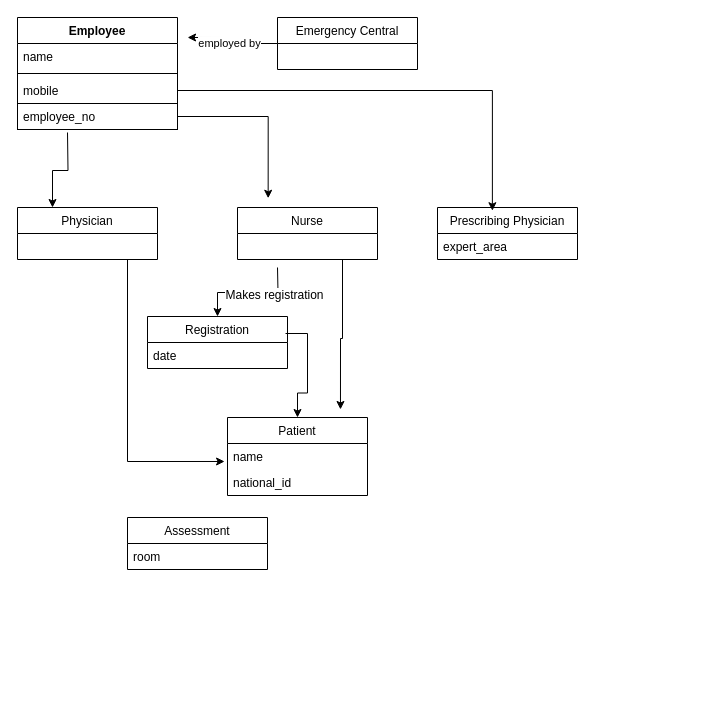
kestersimm/drawio keeps this draw.io diagram as Untitled Diagram.drawio. Above is the earlier version. Source tidied: cells renumbered, new cells numbered last; positions are measured from the earlier drawing's top-left corner, leaving out a move shared by most shapes. Both pictures are drawn from the tidied source at 100%, with x=0, y=0 at pixel (17, 17).
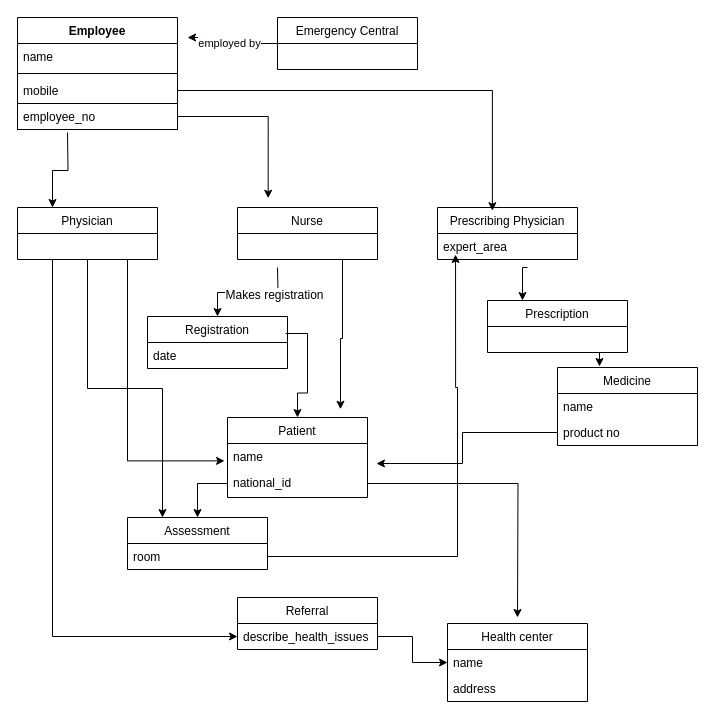
After the change.

Commit message:
added health center

The change refers to these unchanged cells:
```xml
<mxCell id="8" value="Physician" style="swimlane;fontStyle=0;horizontal=1;startSize=26;fillColor=none;strokeColor=#000000;" parent="1" vertex="1">
  <mxGeometry y="190" width="140" height="52" as="geometry" />
</mxCell>
<mxCell id="12" value="expert_area" style="text;strokeColor=none;fillColor=none;align=left;verticalAlign=top;spacingLeft=4;spacingRight=4;overflow=hidden;points=[[0,0.5],[1,0.5]];portConstraint=eastwest;" parent="11" vertex="1">
  <mxGeometry y="26" width="140" height="26" as="geometry" />
</mxCell>
<mxCell id="26" value="Assessment" style="swimlane;fontStyle=0;horizontal=1;startSize=26;fillColor=none;" parent="1" vertex="1">
  <mxGeometry x="110" y="500" width="140" height="52" as="geometry" />
</mxCell>
<mxCell id="27" value="room" style="text;strokeColor=none;fillColor=none;align=left;verticalAlign=top;spacingLeft=4;spacingRight=4;overflow=hidden;points=[[0,0.5],[1,0.5]];portConstraint=eastwest;" parent="26" vertex="1">
  <mxGeometry y="26" width="140" height="26" as="geometry" />
</mxCell>
```

What changed in the source:
```diff
@@
+    <mxCell id="28" style="edgeStyle=orthogonalEdgeStyle;rounded=0;jettySize=auto;html=1;entryX=0.25;entryY=0;entryDx=0;entryDy=0;" parent="1" edge="1" source="8" target="26">
+      <mxGeometry relative="1" as="geometry" />
+    </mxCell>
@@
     <mxCell id="22" value="Patient" style="swimlane;fontStyle=0;horizontal=1;startSize=26;fillColor=none;" parent="1" vertex="1">
-      <mxGeometry x="210" y="400" width="140" height="78" as="geometry" />
+      <mxGeometry x="210" y="400" width="140" height="80" as="geometry" />
     </mxCell>
@@
     <mxCell id="24" value="national_id" style="text;strokeColor=none;fillColor=none;align=left;verticalAlign=top;spacingLeft=4;spacingRight=4;overflow=hidden;points=[[0,0.5],[1,0.5]];portConstraint=eastwest;" parent="22" vertex="1">
-      <mxGeometry y="52" width="140" height="26" as="geometry" />
+      <mxGeometry y="52" width="140" height="28" as="geometry" />
     </mxCell>
@@
+    <mxCell id="29" style="edgeStyle=orthogonalEdgeStyle;rounded=0;jettySize=auto;html=1;" parent="1" edge="1" source="24" target="26">
+      <mxGeometry relative="1" as="geometry" />
+    </mxCell>
+    <mxCell id="30" value="Referral" style="swimlane;fontStyle=0;horizontal=1;startSize=26;fillColor=none;" parent="1" vertex="1">
+      <mxGeometry x="220" y="580" width="140" height="52" as="geometry" />
+    </mxCell>
+    <mxCell id="31" value="describe_health_issues" style="text;strokeColor=none;fillColor=none;align=left;verticalAlign=top;spacingLeft=4;spacingRight=4;overflow=hidden;points=[[0,0.5],[1,0.5]];portConstraint=eastwest;" parent="30" vertex="1">
+      <mxGeometry y="26" width="140" height="26" as="geometry" />
+    </mxCell>
+    <mxCell id="32" style="edgeStyle=orthogonalEdgeStyle;rounded=0;jettySize=auto;html=1;exitX=0.25;exitY=1;exitDx=0;exitDy=0;" parent="1" edge="1" source="8" target="31">
+      <mxGeometry relative="1" as="geometry" />
+    </mxCell>
+    <mxCell id="33" style="edgeStyle=orthogonalEdgeStyle;rounded=0;jettySize=auto;html=1;entryX=0.129;entryY=0.808;entryDx=0;entryDy=0;entryPerimeter=0;" parent="1" edge="1" source="27" target="12">
+      <mxGeometry relative="1" as="geometry">
+        <Array as="points">
+          <mxPoint x="440" y="539" />
+          <mxPoint x="440" y="370" />
+          <mxPoint x="438" y="370" />
+        </Array>
+      </mxGeometry>
+    </mxCell>
+    <mxCell id="34" style="edgeStyle=orthogonalEdgeStyle;rounded=0;jettySize=auto;html=1;exitX=0.75;exitY=1;exitDx=0;exitDy=0;entryX=0.3;entryY=-0.013;entryDx=0;entryDy=0;entryPerimeter=0;" parent="1" edge="1" source="35" target="37">
+      <mxGeometry relative="1" as="geometry" />
+    </mxCell>
+    <mxCell id="35" value="Prescription" style="swimlane;fontStyle=0;horizontal=1;startSize=26;fillColor=none;" parent="1" vertex="1">
+      <mxGeometry x="470" y="283" width="140" height="52" as="geometry" />
+    </mxCell>
+    <mxCell id="36" style="edgeStyle=orthogonalEdgeStyle;rounded=0;jettySize=auto;html=1;exitX=0.643;exitY=1.308;exitDx=0;exitDy=0;entryX=0.25;entryY=0;entryDx=0;entryDy=0;exitPerimeter=0;" parent="1" edge="1" source="12" target="35">
+      <mxGeometry relative="1" as="geometry" />
+    </mxCell>
+    <mxCell id="37" value="Medicine" style="swimlane;fontStyle=0;horizontal=1;startSize=26;fillColor=none;" parent="1" vertex="1">
+      <mxGeometry x="540" y="350" width="140" height="78" as="geometry" />
+    </mxCell>
+    <mxCell id="38" value="name" style="text;strokeColor=none;fillColor=none;align=left;verticalAlign=top;spacingLeft=4;spacingRight=4;overflow=hidden;" parent="37" vertex="1">
+      <mxGeometry y="26" width="140" height="26" as="geometry" />
+    </mxCell>
+    <mxCell id="39" value="product no" style="text;strokeColor=none;fillColor=none;align=left;verticalAlign=top;spacingLeft=4;spacingRight=4;overflow=hidden;points=[[0,0.5],[1,0.5]];portConstraint=eastwest;" parent="37" vertex="1">
+      <mxGeometry y="52" width="140" height="26" as="geometry" />
+    </mxCell>
+    <mxCell id="40" value="Health center" style="swimlane;fontStyle=0;horizontal=1;startSize=26;fillColor=none;" parent="1" vertex="1">
+      <mxGeometry x="430" y="606" width="140" height="78" as="geometry" />
+    </mxCell>
+    <mxCell id="41" value="name" style="text;strokeColor=none;fillColor=none;align=left;verticalAlign=top;spacingLeft=4;spacingRight=4;overflow=hidden;points=[[0,0.5],[1,0.5]];portConstraint=eastwest;" parent="40" vertex="1">
+      <mxGeometry y="26" width="140" height="26" as="geometry" />
+    </mxCell>
+    <mxCell id="42" value="address" style="text;strokeColor=none;fillColor=none;align=left;verticalAlign=top;spacingLeft=4;spacingRight=4;overflow=hidden;" parent="40" vertex="1">
+      <mxGeometry y="52" width="140" height="26" as="geometry" />
+    </mxCell>
+    <mxCell id="43" style="edgeStyle=orthogonalEdgeStyle;rounded=0;jettySize=auto;html=1;entryX=0;entryY=0.5;entryDx=0;entryDy=0;" parent="1" edge="1" source="31" target="41">
+      <mxGeometry relative="1" as="geometry" />
+    </mxCell>
+    <mxCell id="44" style="edgeStyle=orthogonalEdgeStyle;rounded=0;jettySize=auto;html=1;entryX=1.064;entryY=-0.214;entryDx=0;entryDy=0;entryPerimeter=0;" parent="1" edge="1" source="39" target="24">
+      <mxGeometry relative="1" as="geometry" />
+    </mxCell>
+    <mxCell id="45" style="edgeStyle=orthogonalEdgeStyle;rounded=0;jettySize=auto;html=1;" parent="1" edge="1" source="24">
+      <mxGeometry relative="1" as="geometry">
+        <mxPoint x="500" y="600" as="targetPoint" />
+      </mxGeometry>
+    </mxCell>
```
